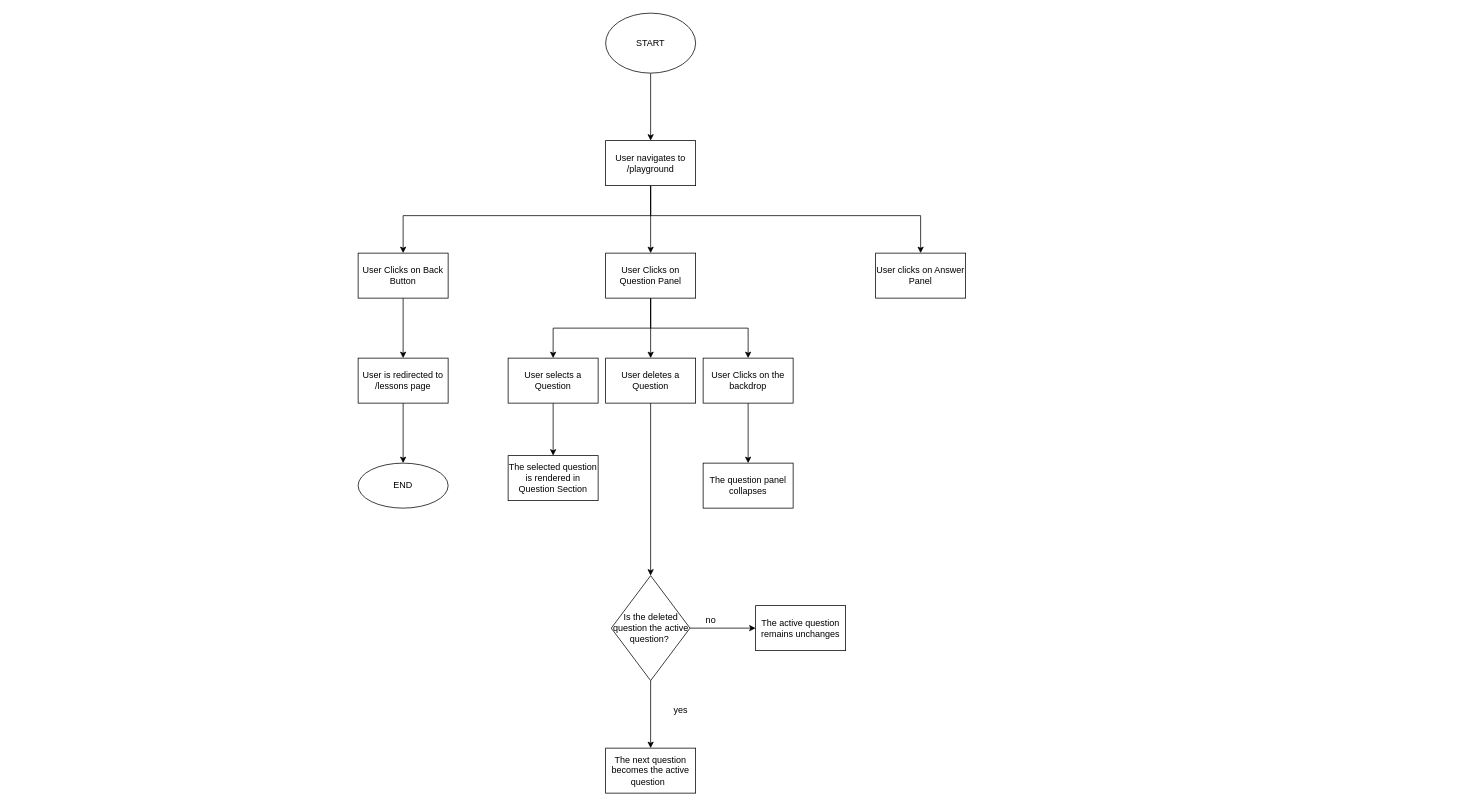
The draw.io diagram Teachers Quiz Feature.drawio in faizanalibugti/Feature-Digrams, before the edit. Source tidied: cells renumbered, new cells numbered last; positions are measured from the earlier drawing's top-left corner, leaving out a move shared by most shapes. Both pictures are drawn from the tidied source at 75%, with x=0, y=0 at pixel (358, 13).
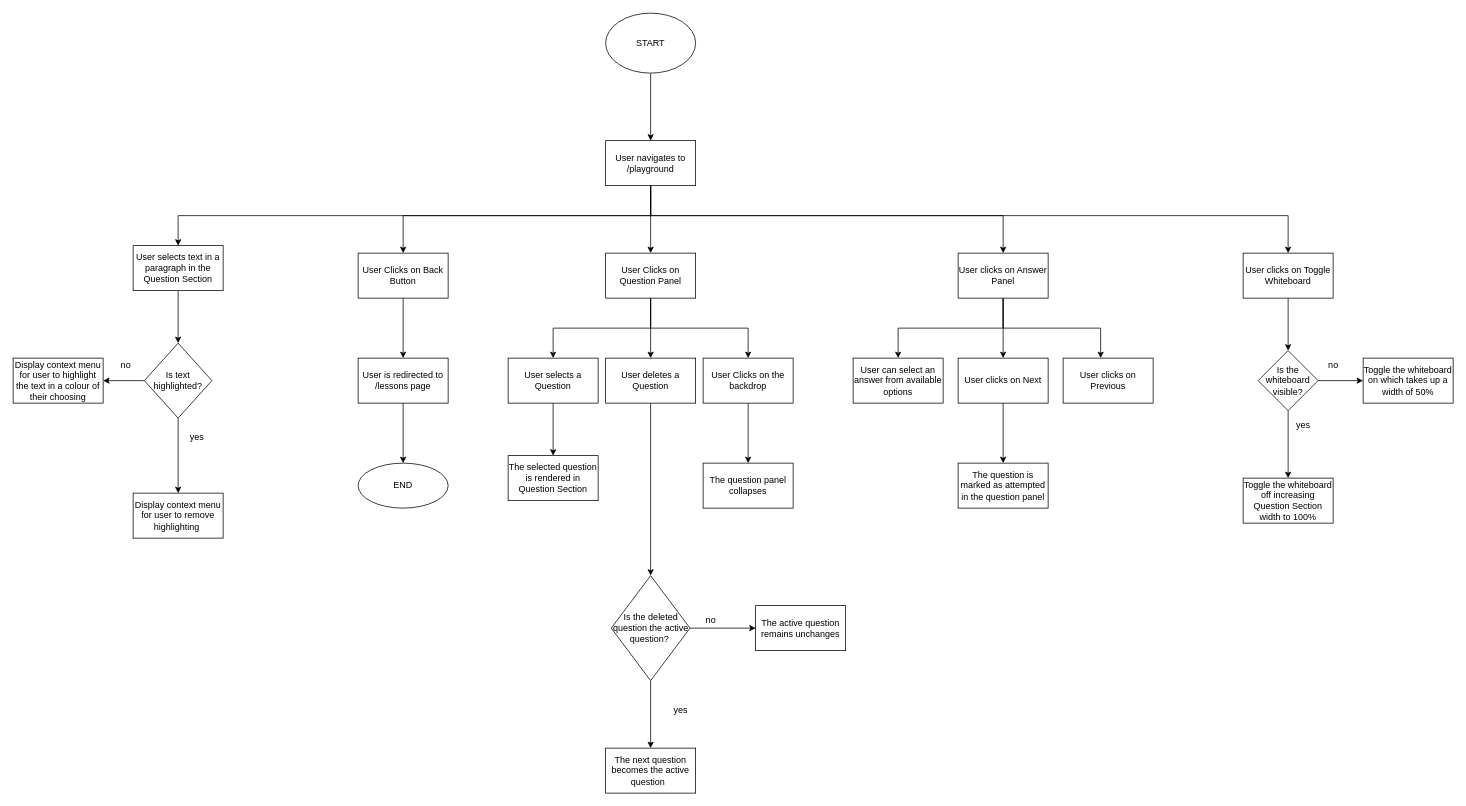
The same page after the edit.

Unchanged cells that the change refers to:
```xml
<mxCell id="7" value="User navigates to /playground" style="whiteSpace=wrap;html=1;" parent="1" vertex="1">
  <mxGeometry x="330" y="170" width="120" height="60" as="geometry" />
</mxCell>
```

The edit, as a diff of the source:
```diff
@@
     <mxCell id="6" style="edgeStyle=orthogonalEdgeStyle;rounded=0;jettySize=auto;html=1;" parent="1" edge="1" source="7" target="33">
       <mxGeometry relative="1" as="geometry">
         <Array as="points">
           <mxPoint x="390" y="270" />
-          <mxPoint x="750" y="270" />
+          <mxPoint x="860" y="270" />
         </Array>
       </mxGeometry>
     </mxCell>
+    <mxCell id="34" style="edgeStyle=orthogonalEdgeStyle;rounded=0;jettySize=auto;html=1;" parent="1" edge="1" source="7" target="45">
+      <mxGeometry relative="1" as="geometry">
+        <Array as="points">
+          <mxPoint x="390" y="270" />
+          <mxPoint x="1240" y="270" />
+        </Array>
+      </mxGeometry>
+    </mxCell>
+    <mxCell id="35" style="edgeStyle=orthogonalEdgeStyle;rounded=0;jettySize=auto;html=1;" parent="1" edge="1" source="7" target="54">
+      <mxGeometry relative="1" as="geometry">
+        <Array as="points">
+          <mxPoint x="390" y="270" />
+          <mxPoint x="-240" y="270" />
+        </Array>
+      </mxGeometry>
+    </mxCell>
@@
+    <mxCell id="36" style="edgeStyle=orthogonalEdgeStyle;rounded=0;jettySize=auto;html=1;" parent="1" edge="1" source="33" target="39">
+      <mxGeometry relative="1" as="geometry">
+        <Array as="points">
+          <mxPoint x="860" y="420" />
+          <mxPoint x="720" y="420" />
+        </Array>
+      </mxGeometry>
+    </mxCell>
+    <mxCell id="37" style="edgeStyle=orthogonalEdgeStyle;rounded=0;jettySize=auto;html=1;" parent="1" edge="1" source="33" target="41">
+      <mxGeometry relative="1" as="geometry" />
+    </mxCell>
+    <mxCell id="38" style="edgeStyle=orthogonalEdgeStyle;rounded=0;jettySize=auto;html=1;" parent="1" edge="1" source="33" target="42">
+      <mxGeometry relative="1" as="geometry">
+        <Array as="points">
+          <mxPoint x="860" y="420" />
+          <mxPoint x="990" y="420" />
+        </Array>
+      </mxGeometry>
+    </mxCell>
     <mxCell id="33" value="User clicks on Answer Panel" style="whiteSpace=wrap;html=1;" parent="1" vertex="1">
-      <mxGeometry x="690" y="320" width="120" height="60" as="geometry" />
+      <mxGeometry x="800" y="320" width="120" height="60" as="geometry" />
     </mxCell>
+    <mxCell id="39" value="User can select an answer from available options" style="whiteSpace=wrap;html=1;" parent="1" vertex="1">
+      <mxGeometry x="660" y="460" width="120" height="60" as="geometry" />
+    </mxCell>
+    <mxCell id="40" style="edgeStyle=orthogonalEdgeStyle;rounded=0;jettySize=auto;html=1;" parent="1" edge="1" source="41" target="43">
+      <mxGeometry relative="1" as="geometry" />
+    </mxCell>
+    <mxCell id="41" value="User clicks on Next" style="whiteSpace=wrap;html=1;" parent="1" vertex="1">
+      <mxGeometry x="800" y="460" width="120" height="60" as="geometry" />
+    </mxCell>
+    <mxCell id="42" value="User clicks on Previous" style="whiteSpace=wrap;html=1;" parent="1" vertex="1">
+      <mxGeometry x="940" y="460" width="120" height="60" as="geometry" />
+    </mxCell>
+    <mxCell id="43" value="The question is marked as attempted in the question panel" style="whiteSpace=wrap;html=1;" parent="1" vertex="1">
+      <mxGeometry x="800" y="600" width="120" height="60" as="geometry" />
+    </mxCell>
+    <mxCell id="44" style="edgeStyle=orthogonalEdgeStyle;rounded=0;jettySize=auto;html=1;" parent="1" edge="1" source="45" target="48">
+      <mxGeometry relative="1" as="geometry" />
+    </mxCell>
+    <mxCell id="45" value="User clicks on Toggle Whiteboard" style="whiteSpace=wrap;html=1;" parent="1" vertex="1">
+      <mxGeometry x="1180" y="320" width="120" height="60" as="geometry" />
+    </mxCell>
+    <mxCell id="46" style="edgeStyle=orthogonalEdgeStyle;rounded=0;jettySize=auto;html=1;" parent="1" edge="1" source="48" target="49">
+      <mxGeometry relative="1" as="geometry" />
+    </mxCell>
+    <mxCell id="47" style="edgeStyle=orthogonalEdgeStyle;rounded=0;jettySize=auto;html=1;" parent="1" edge="1" source="48" target="50">
+      <mxGeometry relative="1" as="geometry" />
+    </mxCell>
+    <mxCell id="48" value="Is the whiteboard visible?" style="rhombus;whiteSpace=wrap;html=1;" parent="1" vertex="1">
+      <mxGeometry x="1200" y="450" width="80" height="80" as="geometry" />
+    </mxCell>
+    <mxCell id="49" value="Toggle the whiteboard off increasing Question Section width to 100%" style="whiteSpace=wrap;html=1;" parent="1" vertex="1">
+      <mxGeometry x="1180" y="620" width="120" height="60" as="geometry" />
+    </mxCell>
+    <mxCell id="50" value="Toggle the whiteboard on which takes up a width of 50%" style="whiteSpace=wrap;html=1;" parent="1" vertex="1">
+      <mxGeometry x="1340" y="460" width="120" height="60" as="geometry" />
+    </mxCell>
+    <mxCell id="51" value="yes" style="text;html=1;align=center;verticalAlign=middle;strokeColor=none;fillColor=none;" parent="1" vertex="1">
+      <mxGeometry x="1240" y="535" width="40" height="30" as="geometry" />
+    </mxCell>
+    <mxCell id="52" value="no" style="text;html=1;align=center;verticalAlign=middle;strokeColor=none;fillColor=none;" parent="1" vertex="1">
+      <mxGeometry x="1280" y="455" width="40" height="30" as="geometry" />
+    </mxCell>
+    <mxCell id="53" style="edgeStyle=orthogonalEdgeStyle;rounded=0;jettySize=auto;html=1;" parent="1" edge="1" source="54" target="57">
+      <mxGeometry relative="1" as="geometry" />
+    </mxCell>
+    <mxCell id="54" value="User selects text in a paragraph in the Question Section" style="whiteSpace=wrap;html=1;" parent="1" vertex="1">
+      <mxGeometry x="-300" y="310" width="120" height="60" as="geometry" />
+    </mxCell>
+    <mxCell id="55" style="edgeStyle=orthogonalEdgeStyle;rounded=0;jettySize=auto;html=1;" parent="1" edge="1" source="57" target="58">
+      <mxGeometry relative="1" as="geometry" />
+    </mxCell>
+    <mxCell id="56" style="edgeStyle=orthogonalEdgeStyle;rounded=0;jettySize=auto;html=1;" parent="1" edge="1" source="57" target="60">
+      <mxGeometry relative="1" as="geometry" />
+    </mxCell>
+    <mxCell id="57" value="Is text highlighted?" style="rhombus;whiteSpace=wrap;html=1;" parent="1" vertex="1">
+      <mxGeometry x="-285" y="440" width="90" height="100" as="geometry" />
+    </mxCell>
+    <mxCell id="58" value="Display context menu for user to highlight the text in a colour of their choosing" style="whiteSpace=wrap;html=1;" parent="1" vertex="1">
+      <mxGeometry x="-460" y="460" width="120" height="60" as="geometry" />
+    </mxCell>
+    <mxCell id="59" value="yes" style="text;html=1;align=center;verticalAlign=middle;strokeColor=none;fillColor=none;" parent="1" vertex="1">
+      <mxGeometry x="-235" y="550" width="40" height="30" as="geometry" />
+    </mxCell>
+    <mxCell id="60" value="Display context menu for user to remove highlighting&amp;nbsp;" style="whiteSpace=wrap;html=1;" parent="1" vertex="1">
+      <mxGeometry x="-300" y="640" width="120" height="60" as="geometry" />
+    </mxCell>
+    <mxCell id="61" value="no" style="text;html=1;align=center;verticalAlign=middle;strokeColor=none;fillColor=none;" parent="1" vertex="1">
+      <mxGeometry x="-330" y="455" width="40" height="30" as="geometry" />
+    </mxCell>
```
